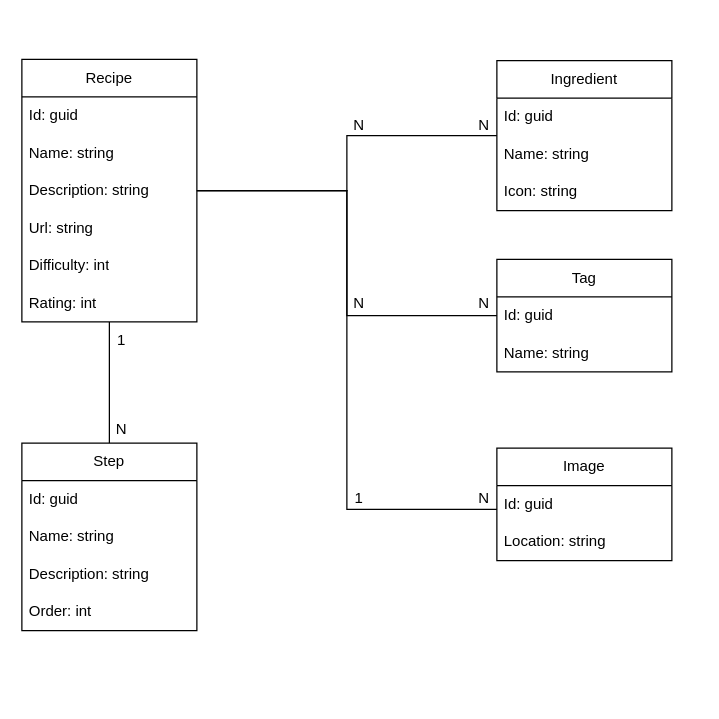
The draw.io diagram Modelos/Recetas - Diagrama de datos.drawio in AsranStark/Recetas, before the edit. Source tidied: cells renumbered, new cells numbered last; positions are measured from the earlier drawing's top-left corner, leaving out a move shared by most shapes. Both pictures are drawn from the tidied source at 125%, with x=0, y=0 at pixel (21, 59).
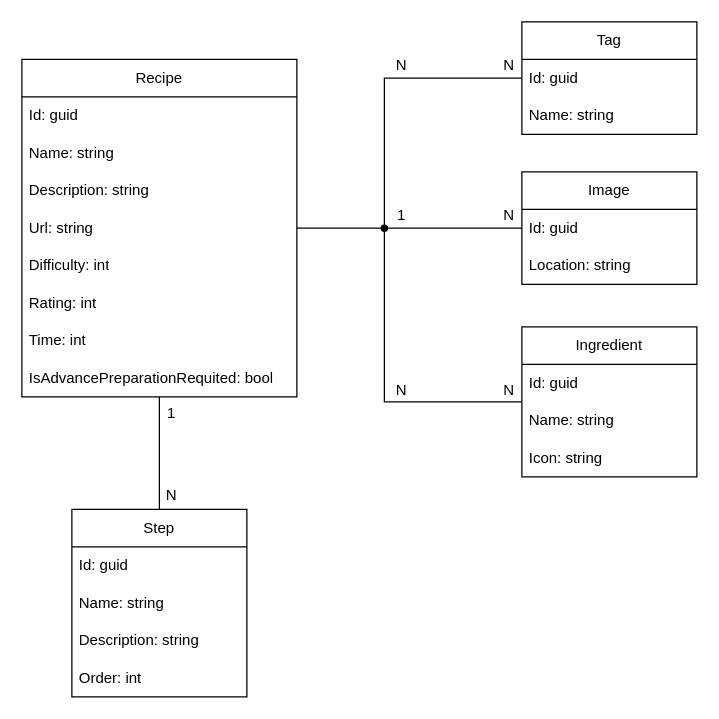
The same page after the edit.

Commit message:
Cambios en el model de datos

Change to the diagram source:
```diff
@@
-    <mxCell id="2" style="edgeStyle=orthogonalEdgeStyle;rounded=0;jettySize=auto;html=1;endArrow=none;endFill=0;" parent="1" edge="1" source="4" target="11">
-      <mxGeometry relative="1" as="geometry" />
-    </mxCell>
@@
     <mxCell id="4" value="Recipe" style="swimlane;fontStyle=0;horizontal=1;startSize=30;whiteSpace=wrap;html=1;" parent="1" vertex="1">
-      <mxGeometry width="140" height="210" as="geometry" />
+      <mxGeometry width="220" height="270" as="geometry" />
     </mxCell>
     <mxCell id="5" value="Id: guid" style="text;strokeColor=none;fillColor=none;align=left;verticalAlign=middle;spacingLeft=4;spacingRight=4;overflow=hidden;whiteSpace=wrap;html=1;" parent="4" vertex="1">
-      <mxGeometry y="30" width="140" height="30" as="geometry" />
+      <mxGeometry y="30" width="220" height="30" as="geometry" />
     </mxCell>
     <mxCell id="6" value="Name: string" style="text;strokeColor=none;fillColor=none;align=left;verticalAlign=middle;spacingLeft=4;spacingRight=4;overflow=hidden;whiteSpace=wrap;html=1;" parent="4" vertex="1">
-      <mxGeometry y="60" width="140" height="30" as="geometry" />
+      <mxGeometry y="60" width="220" height="30" as="geometry" />
     </mxCell>
     <mxCell id="7" value="Description: string" style="text;strokeColor=none;fillColor=none;align=left;verticalAlign=middle;spacingLeft=4;spacingRight=4;overflow=hidden;whiteSpace=wrap;html=1;" parent="4" vertex="1">
-      <mxGeometry y="90" width="140" height="30" as="geometry" />
+      <mxGeometry y="90" width="220" height="30" as="geometry" />
     </mxCell>
     <mxCell id="8" value="Url: string" style="text;strokeColor=none;fillColor=none;align=left;verticalAlign=middle;spacingLeft=4;spacingRight=4;overflow=hidden;whiteSpace=wrap;html=1;" parent="4" vertex="1">
-      <mxGeometry y="120" width="140" height="30" as="geometry" />
+      <mxGeometry y="120" width="220" height="30" as="geometry" />
     </mxCell>
     <mxCell id="9" value="Difficulty: int" style="text;strokeColor=none;fillColor=none;align=left;verticalAlign=middle;spacingLeft=4;spacingRight=4;overflow=hidden;whiteSpace=wrap;html=1;" parent="4" vertex="1">
-      <mxGeometry y="150" width="140" height="30" as="geometry" />
+      <mxGeometry y="150" width="220" height="30" as="geometry" />
     </mxCell>
     <mxCell id="10" value="Rating: int" style="text;strokeColor=none;fillColor=none;align=left;verticalAlign=middle;spacingLeft=4;spacingRight=4;overflow=hidden;whiteSpace=wrap;html=1;" parent="4" vertex="1">
-      <mxGeometry y="180" width="140" height="30" as="geometry" />
+      <mxGeometry y="180" width="220" height="30" as="geometry" />
     </mxCell>
+    <mxCell id="36" value="Time: int" style="text;strokeColor=none;fillColor=none;align=left;verticalAlign=middle;spacingLeft=4;spacingRight=4;overflow=hidden;whiteSpace=wrap;html=1;" parent="4" vertex="1">
+      <mxGeometry y="210" width="220" height="30" as="geometry" />
+    </mxCell>
+    <mxCell id="37" value="IsAdvancePreparationRequited: bool" style="text;strokeColor=none;fillColor=none;align=left;verticalAlign=middle;spacingLeft=4;spacingRight=4;overflow=hidden;whiteSpace=wrap;html=1;" parent="4" vertex="1">
+      <mxGeometry y="240" width="220" height="30" as="geometry" />
+    </mxCell>
     <mxCell id="11" value="Ingredient" style="swimlane;fontStyle=0;horizontal=1;startSize=30;whiteSpace=wrap;html=1;" parent="1" vertex="1">
-      <mxGeometry x="380" y="1" width="140" height="120" as="geometry" />
+      <mxGeometry x="400" y="214" width="140" height="120" as="geometry" />
     </mxCell>
@@
     <mxCell id="15" value="N" style="text;html=1;whiteSpace=wrap;strokeColor=none;fillColor=none;align=center;verticalAlign=middle;rounded=0;" parent="1" vertex="1">
-      <mxGeometry x="240" y="38" width="60" height="30" as="geometry" />
+      <mxGeometry x="274" y="-10" width="60" height="30" as="geometry" />
     </mxCell>
     <mxCell id="16" value="N" style="text;html=1;whiteSpace=wrap;strokeColor=none;fillColor=none;align=center;verticalAlign=middle;rounded=0;" parent="1" vertex="1">
-      <mxGeometry x="340" y="38" width="60" height="30" as="geometry" />
+      <mxGeometry x="360" y="-10" width="60" height="30" as="geometry" />
     </mxCell>
     <mxCell id="17" value="Step" style="swimlane;fontStyle=0;horizontal=1;startSize=30;whiteSpace=wrap;html=1;" parent="1" vertex="1">
-      <mxGeometry y="307" width="140" height="150" as="geometry" />
+      <mxGeometry x="40" y="360" width="140" height="150" as="geometry" />
     </mxCell>
@@
     <mxCell id="22" value="1" style="text;html=1;whiteSpace=wrap;strokeColor=none;fillColor=none;align=center;verticalAlign=middle;rounded=0;" parent="1" vertex="1">
-      <mxGeometry x="50" y="210" width="60" height="30" as="geometry" />
+      <mxGeometry x="90" y="268" width="60" height="30" as="geometry" />
     </mxCell>
     <mxCell id="23" value="N" style="text;html=1;whiteSpace=wrap;strokeColor=none;fillColor=none;align=center;verticalAlign=middle;rounded=0;" parent="1" vertex="1">
-      <mxGeometry x="50" y="281" width="60" height="30" as="geometry" />
+      <mxGeometry x="90" y="334" width="60" height="30" as="geometry" />
     </mxCell>
-    <mxCell id="24" style="edgeStyle=orthogonalEdgeStyle;rounded=0;jettySize=auto;html=1;endArrow=none;endFill=0;" parent="1" edge="1" source="25" target="4">
-      <mxGeometry relative="1" as="geometry">
-        <Array as="points">
-          <mxPoint x="260" y="360" />
-          <mxPoint x="260" y="105" />
-        </Array>
-      </mxGeometry>
-    </mxCell>
     <mxCell id="25" value="Image" style="swimlane;fontStyle=0;horizontal=1;startSize=30;whiteSpace=wrap;html=1;" parent="1" vertex="1">
-      <mxGeometry x="380" y="311" width="140" height="90" as="geometry" />
+      <mxGeometry x="400" y="90" width="140" height="90" as="geometry" />
     </mxCell>
@@
-    <mxCell id="28" style="edgeStyle=orthogonalEdgeStyle;rounded=0;jettySize=auto;html=1;endArrow=none;endFill=0;" parent="1" edge="1" source="29" target="4">
-      <mxGeometry relative="1" as="geometry" />
-    </mxCell>
+    <mxCell id="38" style="edgeStyle=orthogonalEdgeStyle;rounded=0;jettySize=auto;html=1;endArrow=none;endFill=0;" parent="1" edge="1" source="29" target="39">
+      <mxGeometry relative="1" as="geometry" />
+    </mxCell>
     <mxCell id="29" value="Tag" style="swimlane;fontStyle=0;horizontal=1;startSize=30;whiteSpace=wrap;html=1;" parent="1" vertex="1">
-      <mxGeometry x="380" y="160" width="140" height="90" as="geometry" />
+      <mxGeometry x="400" y="-30" width="140" height="90" as="geometry" />
     </mxCell>
@@
     <mxCell id="32" value="N" style="text;html=1;whiteSpace=wrap;strokeColor=none;fillColor=none;align=center;verticalAlign=middle;rounded=0;" parent="1" vertex="1">
-      <mxGeometry x="340" y="180" width="60" height="30" as="geometry" />
+      <mxGeometry x="360" y="250" width="60" height="30" as="geometry" />
     </mxCell>
     <mxCell id="33" value="N" style="text;html=1;whiteSpace=wrap;strokeColor=none;fillColor=none;align=center;verticalAlign=middle;rounded=0;" parent="1" vertex="1">
-      <mxGeometry x="240" y="180" width="60" height="30" as="geometry" />
+      <mxGeometry x="274" y="250" width="60" height="30" as="geometry" />
     </mxCell>
     <mxCell id="34" value="N" style="text;html=1;whiteSpace=wrap;strokeColor=none;fillColor=none;align=center;verticalAlign=middle;rounded=0;" parent="1" vertex="1">
-      <mxGeometry x="340" y="336" width="60" height="30" as="geometry" />
+      <mxGeometry x="360" y="110" width="60" height="30" as="geometry" />
     </mxCell>
     <mxCell id="35" value="1" style="text;html=1;whiteSpace=wrap;strokeColor=none;fillColor=none;align=center;verticalAlign=middle;rounded=0;" parent="1" vertex="1">
-      <mxGeometry x="240" y="336" width="60" height="30" as="geometry" />
+      <mxGeometry x="274" y="110" width="60" height="30" as="geometry" />
     </mxCell>
+    <mxCell id="39" style="shape=waypoint;sketch=0;fillStyle=solid;size=6;points=[];fillColor=none;perimeter=centerPerimeter;snapToPoint=1;" parent="1" vertex="1">
+      <mxGeometry x="280" y="125" width="20" height="20" as="geometry" />
+    </mxCell>
+    <mxCell id="40" style="edgeStyle=orthogonalEdgeStyle;rounded=0;jettySize=auto;html=1;entryX=0.436;entryY=0.686;entryDx=0;entryDy=0;entryPerimeter=0;endArrow=none;endFill=0;" parent="1" edge="1" source="25" target="39">
+      <mxGeometry relative="1" as="geometry" />
+    </mxCell>
+    <mxCell id="41" style="edgeStyle=orthogonalEdgeStyle;rounded=0;jettySize=auto;html=1;entryX=-0.021;entryY=0.229;entryDx=0;entryDy=0;entryPerimeter=0;endArrow=none;endFill=0;" parent="1" edge="1" source="4" target="39">
+      <mxGeometry relative="1" as="geometry" />
+    </mxCell>
+    <mxCell id="42" style="edgeStyle=orthogonalEdgeStyle;rounded=0;jettySize=auto;html=1;entryX=0.579;entryY=0.743;entryDx=0;entryDy=0;entryPerimeter=0;endArrow=none;endFill=0;" parent="1" edge="1" source="11" target="39">
+      <mxGeometry relative="1" as="geometry" />
+    </mxCell>
```
